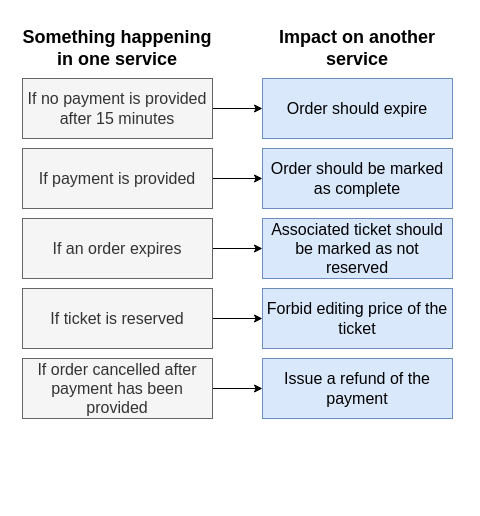
Earlier version of the draw.io diagram page "07 - cause" (6 of 11) of diagrams/07/01.drawio (HappySuzuki/microservices-cast). Source tidied: cells renumbered, new cells numbered last; positions are measured from the earlier drawing's top-left corner, leaving out a move shared by most shapes. Both pictures are drawn from the tidied source at 100%, with x=0, y=0 at pixel (17, 38).
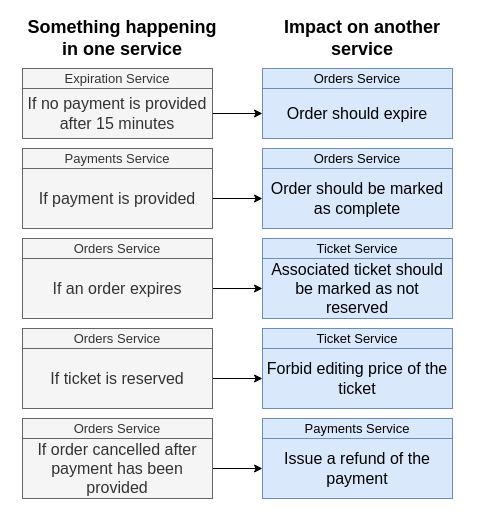
Above is the later version.

The edit, as a diff of the source:
```diff
@@
     <mxCell id="3" value="If no payment is provided after 15 minutes" style="rounded=0;whiteSpace=wrap;html=1;fontSize=16;align=center;fillColor=#f5f5f5;strokeColor=#666666;fontColor=#333333;fontStyle=0;" parent="1" vertex="1">
-      <mxGeometry x="5" y="40" width="190" height="60" as="geometry" />
+      <mxGeometry x="5" y="50" width="190" height="50" as="geometry" />
     </mxCell>
     <mxCell id="4" value="Order should expire" style="rounded=0;whiteSpace=wrap;html=1;fontSize=16;align=center;fillColor=#dae8fc;strokeColor=#6c8ebf;fontStyle=0;" parent="1" vertex="1">
-      <mxGeometry x="245" y="40" width="190" height="60" as="geometry" />
+      <mxGeometry x="245" y="50" width="190" height="50" as="geometry" />
     </mxCell>
@@
     <mxCell id="6" value="If payment is provided" style="rounded=0;whiteSpace=wrap;html=1;fontSize=16;align=center;fillColor=#f5f5f5;strokeColor=#666666;fontColor=#333333;fontStyle=0;" parent="1" vertex="1">
-      <mxGeometry x="5" y="110" width="190" height="60" as="geometry" />
+      <mxGeometry x="5" y="130" width="190" height="60" as="geometry" />
     </mxCell>
     <mxCell id="7" value="Order should be marked as complete" style="rounded=0;whiteSpace=wrap;html=1;fontSize=16;align=center;fillColor=#dae8fc;strokeColor=#6c8ebf;fontStyle=0;" parent="1" vertex="1">
-      <mxGeometry x="245" y="110" width="190" height="60" as="geometry" />
+      <mxGeometry x="245" y="130" width="190" height="60" as="geometry" />
     </mxCell>
@@
     <mxCell id="9" value="If ticket is reserved" style="rounded=0;whiteSpace=wrap;html=1;fontSize=16;align=center;fillColor=#f5f5f5;strokeColor=#666666;fontColor=#333333;fontStyle=0;" parent="1" vertex="1">
-      <mxGeometry x="5" y="250" width="190" height="60" as="geometry" />
+      <mxGeometry x="5" y="310" width="190" height="60" as="geometry" />
     </mxCell>
     <mxCell id="10" value="Forbid editing price of the ticket" style="rounded=0;whiteSpace=wrap;html=1;fontSize=16;align=center;fillColor=#dae8fc;strokeColor=#6c8ebf;fontStyle=0;" parent="1" vertex="1">
-      <mxGeometry x="245" y="250" width="190" height="60" as="geometry" />
+      <mxGeometry x="245" y="310" width="190" height="60" as="geometry" />
     </mxCell>
@@
     <mxCell id="12" value="If order cancelled after payment has been provided" style="rounded=0;whiteSpace=wrap;html=1;fontSize=16;align=center;fillColor=#f5f5f5;strokeColor=#666666;fontColor=#333333;fontStyle=0;" parent="1" vertex="1">
-      <mxGeometry x="5" y="320" width="190" height="60" as="geometry" />
+      <mxGeometry x="5" y="400" width="190" height="60" as="geometry" />
     </mxCell>
     <mxCell id="13" value="Issue a refund of the payment" style="rounded=0;whiteSpace=wrap;html=1;fontSize=16;align=center;fillColor=#dae8fc;strokeColor=#6c8ebf;fontStyle=0;" parent="1" vertex="1">
-      <mxGeometry x="245" y="320" width="190" height="60" as="geometry" />
+      <mxGeometry x="245" y="400" width="190" height="60" as="geometry" />
     </mxCell>
@@
     <mxCell id="15" value="If an order expires" style="rounded=0;whiteSpace=wrap;html=1;fontSize=16;align=center;fillColor=#f5f5f5;strokeColor=#666666;fontColor=#333333;fontStyle=0;" parent="1" vertex="1">
-      <mxGeometry x="5" y="180" width="190" height="60" as="geometry" />
+      <mxGeometry x="5" y="220" width="190" height="60" as="geometry" />
     </mxCell>
     <mxCell id="16" value="Associated ticket should be marked as not reserved" style="rounded=0;whiteSpace=wrap;html=1;fontSize=16;align=center;fillColor=#dae8fc;strokeColor=#6c8ebf;fontStyle=0;" parent="1" vertex="1">
-      <mxGeometry x="245" y="180" width="190" height="60" as="geometry" />
+      <mxGeometry x="245" y="220" width="190" height="60" as="geometry" />
     </mxCell>
     <mxCell id="17" value="&lt;b style=&quot;font-size: 18px;&quot;&gt;Something happening in one service&lt;/b&gt;" style="text;html=1;strokeColor=none;fillColor=none;align=center;verticalAlign=middle;whiteSpace=wrap;rounded=0;fontSize=18;" parent="1" vertex="1">
-      <mxGeometry width="200" height="20" as="geometry" />
+      <mxGeometry x="5" y="-10" width="200" height="20" as="geometry" />
     </mxCell>
     <mxCell id="18" value="&lt;b style=&quot;font-size: 18px&quot;&gt;Impact on another service&lt;/b&gt;" style="text;html=1;strokeColor=none;fillColor=none;align=center;verticalAlign=middle;whiteSpace=wrap;rounded=0;fontSize=18;" parent="1" vertex="1">
-      <mxGeometry x="240" width="200" height="20" as="geometry" />
+      <mxGeometry x="245" y="-10" width="200" height="20" as="geometry" />
     </mxCell>
+    <mxCell id="19" value="Expiration Service" style="rounded=0;whiteSpace=wrap;html=1;fontSize=13;align=center;fillColor=#f5f5f5;strokeColor=#666666;fontColor=#333333;fontStyle=0;" parent="1" vertex="1">
+      <mxGeometry x="5" y="30" width="190" height="20" as="geometry" />
+    </mxCell>
+    <mxCell id="20" value="Orders Service" style="rounded=0;whiteSpace=wrap;html=1;fontSize=13;align=center;fillColor=#dae8fc;strokeColor=#6c8ebf;fontStyle=0;" parent="1" vertex="1">
+      <mxGeometry x="245" y="30" width="190" height="20" as="geometry" />
+    </mxCell>
+    <mxCell id="21" value="Payments Service" style="rounded=0;whiteSpace=wrap;html=1;fontSize=13;align=center;fillColor=#f5f5f5;strokeColor=#666666;fontColor=#333333;fontStyle=0;" parent="1" vertex="1">
+      <mxGeometry x="5" y="110" width="190" height="20" as="geometry" />
+    </mxCell>
+    <mxCell id="22" value="Orders Service" style="rounded=0;whiteSpace=wrap;html=1;fontSize=13;align=center;fillColor=#dae8fc;strokeColor=#6c8ebf;fontStyle=0;" parent="1" vertex="1">
+      <mxGeometry x="245" y="110" width="190" height="20" as="geometry" />
+    </mxCell>
+    <mxCell id="23" value="Orders Service" style="rounded=0;whiteSpace=wrap;html=1;fontSize=13;align=center;fillColor=#f5f5f5;strokeColor=#666666;fontColor=#333333;fontStyle=0;" parent="1" vertex="1">
+      <mxGeometry x="5" y="200" width="190" height="20" as="geometry" />
+    </mxCell>
+    <mxCell id="24" value="Ticket Service" style="rounded=0;whiteSpace=wrap;html=1;fontSize=13;align=center;fillColor=#dae8fc;strokeColor=#6c8ebf;fontStyle=0;" parent="1" vertex="1">
+      <mxGeometry x="245" y="200" width="190" height="20" as="geometry" />
+    </mxCell>
+    <mxCell id="25" value="Orders Service" style="rounded=0;whiteSpace=wrap;html=1;fontSize=13;align=center;fillColor=#f5f5f5;strokeColor=#666666;fontColor=#333333;fontStyle=0;" parent="1" vertex="1">
+      <mxGeometry x="5" y="290" width="190" height="20" as="geometry" />
+    </mxCell>
+    <mxCell id="26" value="Ticket Service" style="rounded=0;whiteSpace=wrap;html=1;fontSize=13;align=center;fillColor=#dae8fc;strokeColor=#6c8ebf;fontStyle=0;" parent="1" vertex="1">
+      <mxGeometry x="245" y="290" width="190" height="20" as="geometry" />
+    </mxCell>
+    <mxCell id="27" value="Orders Service" style="rounded=0;whiteSpace=wrap;html=1;fontSize=13;align=center;fillColor=#f5f5f5;strokeColor=#666666;fontColor=#333333;fontStyle=0;" parent="1" vertex="1">
+      <mxGeometry x="5" y="380" width="190" height="20" as="geometry" />
+    </mxCell>
+    <mxCell id="28" value="Payments Service" style="rounded=0;whiteSpace=wrap;html=1;fontSize=13;align=center;fillColor=#dae8fc;strokeColor=#6c8ebf;fontStyle=0;" parent="1" vertex="1">
+      <mxGeometry x="245" y="380" width="190" height="20" as="geometry" />
+    </mxCell>
```
